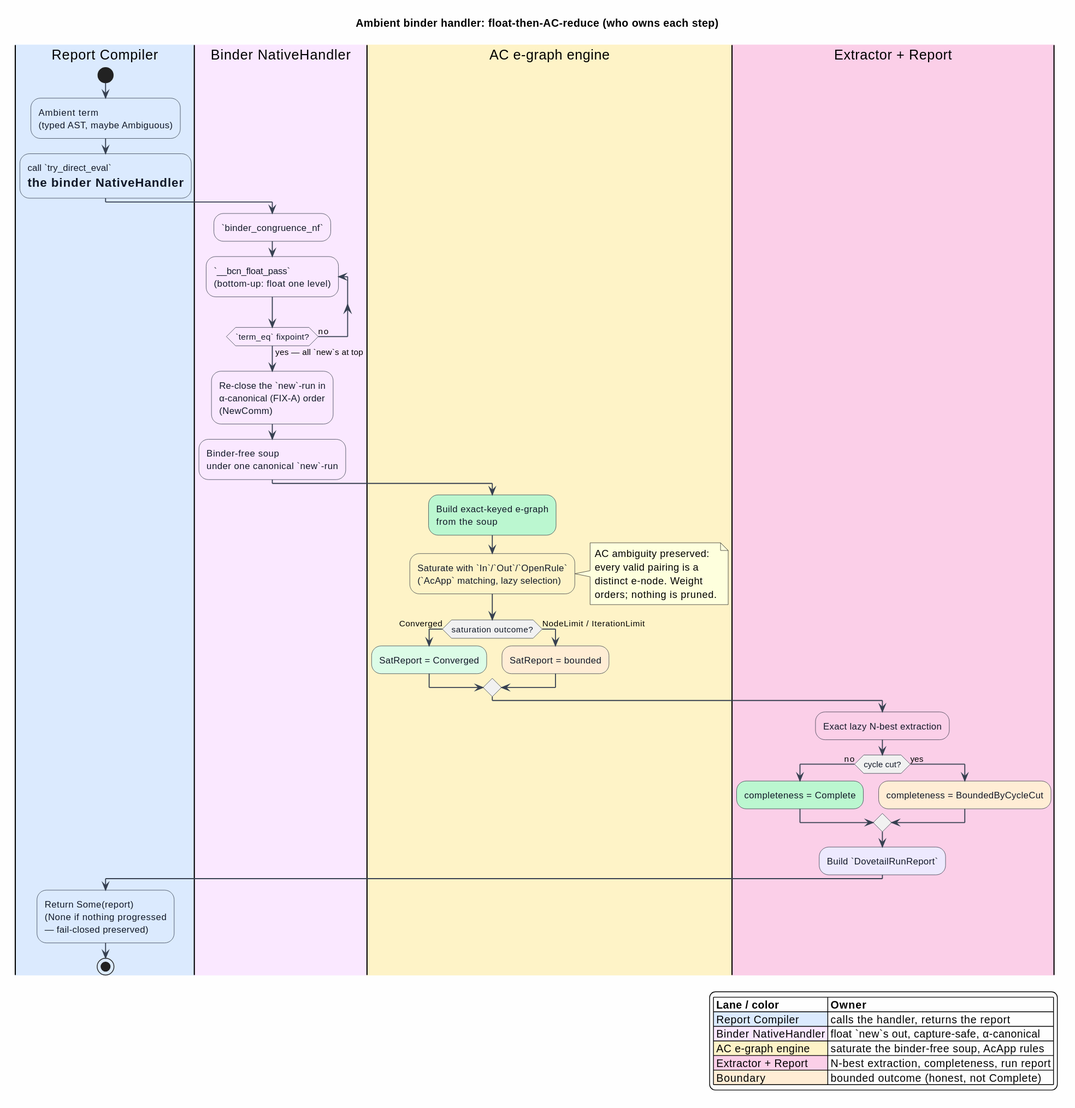
Earlier version of the PlantUML export docs/architecture/dovetail/figures/11-binder-float-ac-swimlane.svg (F1R3FLY-io/mettail-rust).
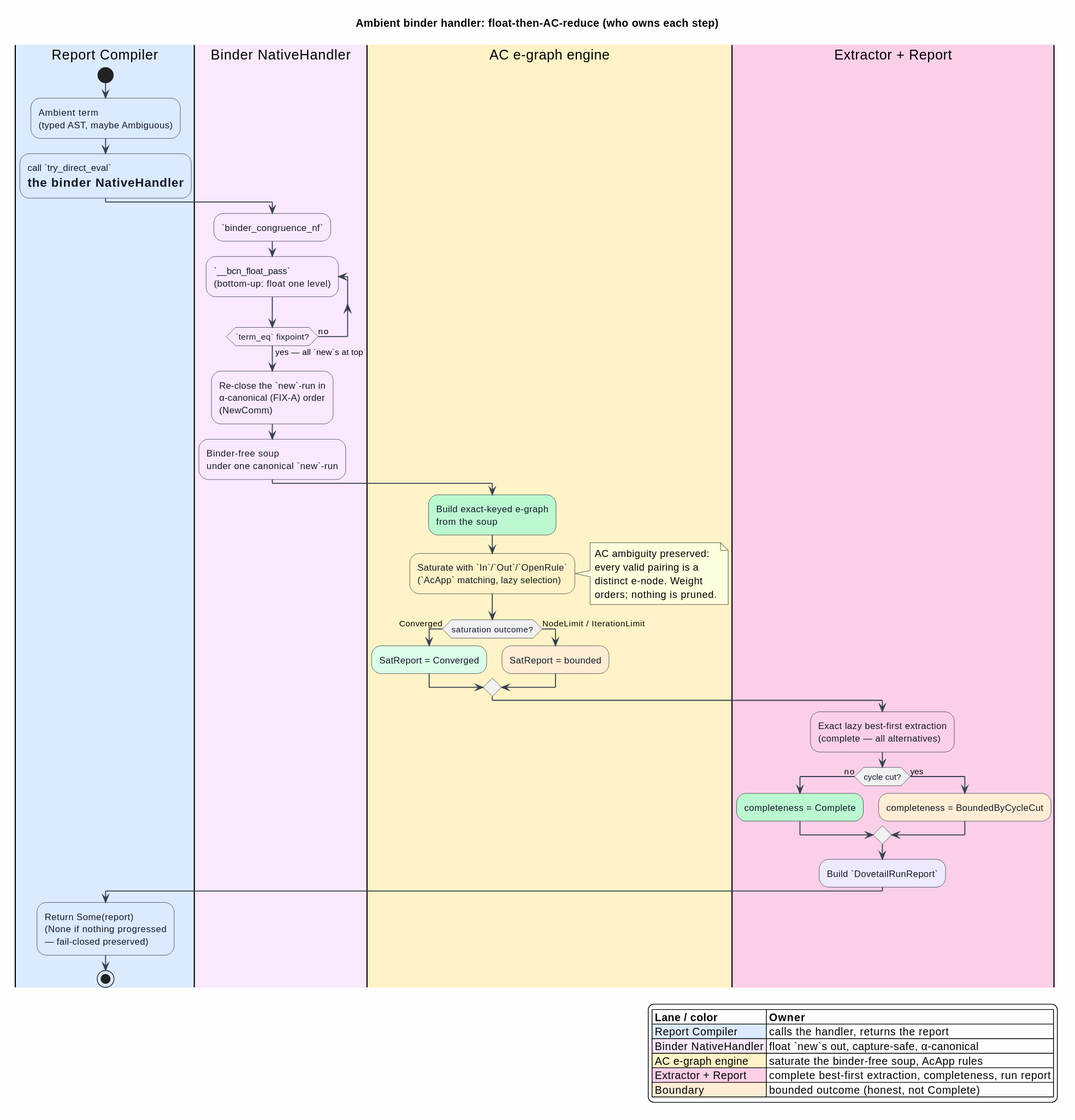
Later version of the same file.

Commit message:
Fix extraction-sequence diagram: complete lazy enumeration, not top-N

Change to the diagram source:
```diff
@@ -44,7 +44,7 @@
 endif
 
 |#FBCFE8|Extractor + Report|
-:Exact lazy N-best extraction; <<#FBCFE8>>
+:Exact lazy best-first extraction\n(complete — all alternatives); <<#FBCFE8>>
 if (cycle cut?) then (no)
   :completeness = Complete; <<#BBF7D0>>
 else (yes)
@@ -61,7 +61,7 @@
 |<#DBEAFE> Report Compiler | calls the handler, returns the report |
 |<#FAE8FF> Binder NativeHandler | float `new`s out, capture-safe, α-canonical |
 |<#FEF3C7> AC e-graph engine | saturate the binder-free soup, AcApp rules |
-|<#FBCFE8> Extractor + Report | N-best extraction, completeness, run report |
+|<#FBCFE8> Extractor + Report | complete best-first extraction, completeness, run report |
 |<#FFEDD5> Boundary | bounded outcome (honest, not Complete) |
 endlegend
 @enduml
```
